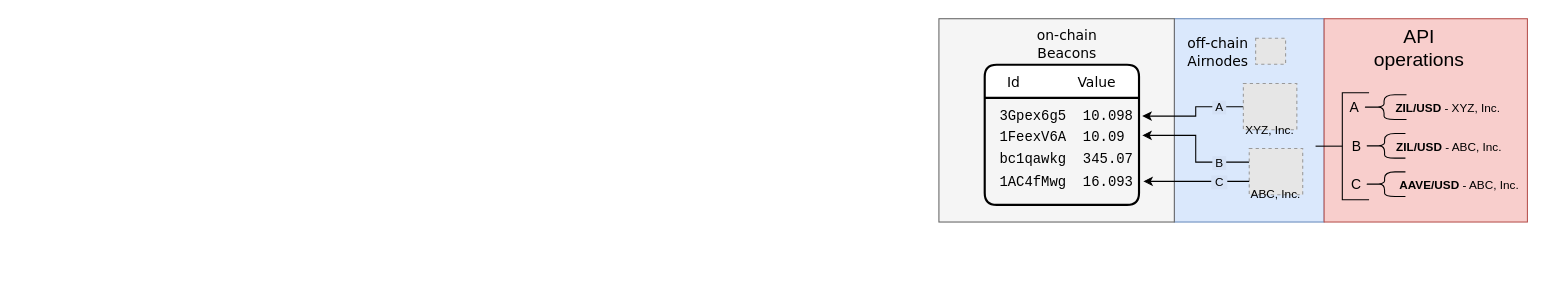
Above: docs/reference/dapis/assets/diagrams/beacons-airnode.drawio in api3dao/vitepress-docs (draw.io), before the change. Source tidied: cells renumbered, new cells numbered last; positions are measured from the earlier drawing's top-left corner, leaving out a move shared by most shapes. Both pictures are drawn from the tidied source at 107%, with x=0, y=0 at pixel (938, 18). Pictures stored in the file or linked from it are replaced by grey dashed boxes.
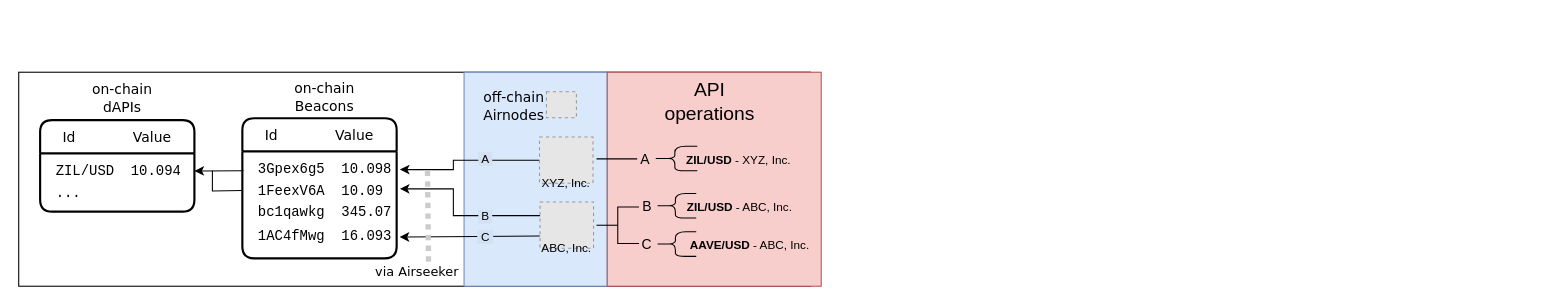
The same page after the edit.

Change to the diagram source:
```diff
@@
-    <mxCell id="2" style="rounded=0;whiteSpace=wrap;html=1;shadow=0;fillColor=#dae8fc;strokeColor=#6c8ebf;" parent="1" vertex="1">
-      <mxGeometry x="220" width="140" height="190" as="geometry" />
-    </mxCell>
-    <mxCell id="3" style="rounded=0;whiteSpace=wrap;html=1;shadow=0;fillColor=#f5f5f5;fontColor=#333333;strokeColor=#666666;" parent="1" vertex="1">
-      <mxGeometry width="220" height="190" as="geometry" />
-    </mxCell>
-    <mxCell id="4" value="Id             Value" style="swimlane;horizontal=1;startSize=31;rounded=1;fontSize=13;fontStyle=0;strokeWidth=2;shadow=0;dashed=0;align=center;arcSize=12;fontFamily=Verdana;" parent="1" vertex="1">
-      <mxGeometry x="42.8" y="43" width="144.2" height="131" as="geometry" />
-    </mxCell>
+    <mxCell id="29" style="rounded=0;whiteSpace=wrap;html=1;hachureGap=4;fontFamily=Architects Daughter;fontSize=20;" parent="1" vertex="1">
+      <mxGeometry x="-860" y="50" width="740" height="200" as="geometry" />
+    </mxCell>
+    <mxCell id="30" style="rounded=0;whiteSpace=wrap;html=1;shadow=0;fillColor=#dae8fc;strokeColor=#6c8ebf;" parent="1" vertex="1">
+      <mxGeometry x="-443.8" y="50" width="133.8" height="200" as="geometry" />
+    </mxCell>
+    <mxCell id="31" value="Id             Value" style="swimlane;horizontal=1;startSize=31;rounded=1;fontSize=13;fontStyle=0;strokeWidth=2;shadow=0;dashed=0;align=center;arcSize=12;fontFamily=Verdana;" parent="1" vertex="1">
+      <mxGeometry x="-651" y="93" width="144.2" height="131" as="geometry" />
+    </mxCell>
+    <mxCell id="32" style="endArrow=classic;html=1;rounded=0;fontSize=18;fontColor=#000000;endSize=6;startSize=6;" parent="31" edge="1">
+      <mxGeometry relative="1" as="geometry">
+        <mxPoint x="1" y="49" as="sourcePoint" />
+        <mxPoint x="-44.8" y="49.3" as="targetPoint" />
+      </mxGeometry>
+    </mxCell>
+    <mxCell id="33" style="endArrow=none;html=1;rounded=0;fontSize=18;fontColor=#000000;endSize=6;startSize=6;exitX=0;exitY=0.5;exitDx=0;exitDy=0;endFill=0;" parent="31" edge="1">
+      <mxGeometry relative="1" as="geometry">
+        <mxPoint y="67.5" as="sourcePoint" />
+        <mxPoint x="-28" y="49" as="targetPoint" />
+        <Array as="points">
+          <mxPoint x="-28" y="68" />
+        </Array>
+      </mxGeometry>
+    </mxCell>
     <mxCell id="5" value="&lt;font face=&quot;Verdana&quot; size=&quot;1&quot;&gt;&lt;span style=&quot;font-size: 13px&quot;&gt;on-chain&lt;br&gt;Beacons&lt;/span&gt;&lt;/font&gt;" style="text;html=1;strokeColor=none;fillColor=none;align=center;verticalAlign=middle;whiteSpace=wrap;rounded=0;fontFamily=Courier New;" parent="1" vertex="1">
-      <mxGeometry x="89.9" y="8.5" width="60" height="30" as="geometry" />
+      <mxGeometry x="-603.9" y="58.5" width="60" height="30" as="geometry" />
     </mxCell>
     <mxCell id="6" value="&lt;span style=&quot;font-size: 13px&quot;&gt;3Gpex6g5&amp;nbsp; 10.098&lt;/span&gt;" style="text;html=1;strokeColor=none;fillColor=none;align=left;verticalAlign=middle;whiteSpace=wrap;rounded=0;fontFamily=Courier New;" parent="1" vertex="1">
-      <mxGeometry x="55.4" y="81" width="129" height="20" as="geometry" />
+      <mxGeometry x="-638.4" y="131" width="129" height="20" as="geometry" />
     </mxCell>
     <mxCell id="7" value="&lt;span style=&quot;font-size: 13px;&quot;&gt;1FeexV6A&amp;nbsp; 10.09&lt;/span&gt;" style="text;html=1;strokeColor=none;fillColor=none;align=left;verticalAlign=middle;whiteSpace=wrap;rounded=0;fontFamily=Courier New;" parent="1" vertex="1">
-      <mxGeometry x="55.4" y="101" width="129" height="20" as="geometry" />
+      <mxGeometry x="-638.4" y="151" width="129" height="20" as="geometry" />
     </mxCell>
     <mxCell id="8" value="&lt;span style=&quot;font-size: 13px;&quot;&gt;bc1qawkg&amp;nbsp; 345.07&lt;/span&gt;" style="text;html=1;strokeColor=none;fillColor=none;align=left;verticalAlign=middle;whiteSpace=wrap;rounded=0;fontFamily=Courier New;" parent="1" vertex="1">
-      <mxGeometry x="55.4" y="121" width="129" height="20" as="geometry" />
+      <mxGeometry x="-638.4" y="171" width="129" height="20" as="geometry" />
     </mxCell>
     <mxCell id="9" value="&lt;span style=&quot;font-size: 13px&quot;&gt;1AC4fMwg&amp;nbsp; 16.093&lt;/span&gt;" style="text;html=1;strokeColor=none;fillColor=none;align=left;verticalAlign=middle;whiteSpace=wrap;rounded=0;fontFamily=Courier New;" parent="1" vertex="1">
-      <mxGeometry x="55.4" y="141" width="129" height="23" as="geometry" />
+      <mxGeometry x="-638.4" y="191" width="129" height="23" as="geometry" />
     </mxCell>
     <mxCell id="10" value="&lt;font face=&quot;Verdana&quot; style=&quot;font-size: 13px&quot;&gt;off-chain Airnodes&lt;/font&gt;" style="text;html=1;strokeColor=none;fillColor=none;align=center;verticalAlign=middle;whiteSpace=wrap;rounded=0;shadow=1;fontSize=14;" parent="1" vertex="1">
-      <mxGeometry x="211" y="15.5" width="100" height="30" as="geometry" />
+      <mxGeometry x="-446.8" y="65.5" width="100" height="30" as="geometry" />
     </mxCell>
-    <mxCell id="11" style="fillColor=#E6E6E6;strokeColor=#999999;dashed=1;verticalLabelPosition=bottom;labelBackgroundColor=#ffffff;verticalAlign=top;" parent="1" vertex="1">
-      <mxGeometry x="296" y="18.3" width="28" height="24.2" as="geometry" />
-    </mxCell>
-    <mxCell id="12" style="edgeStyle=orthogonalEdgeStyle;rounded=0;jettySize=auto;html=1;fontSize=11;fontColor=#000000;" parent="1" edge="1" source="14">
-      <mxGeometry relative="1" as="geometry">
-        <mxPoint x="190" y="91" as="targetPoint" />
-        <Array as="points">
-          <mxPoint x="240" y="82" />
-          <mxPoint x="240" y="91" />
-        </Array>
-      </mxGeometry>
-    </mxCell>
+    <mxCell id="34" style="fillColor=#E6E6E6;strokeColor=#999999;dashed=1;verticalLabelPosition=bottom;labelBackgroundColor=#ffffff;verticalAlign=top;" parent="1" vertex="1">
+      <mxGeometry x="-366.8" y="68.3" width="28" height="24.2" as="geometry" />
+    </mxCell>
+    <mxCell id="35" style="edgeStyle=orthogonalEdgeStyle;rounded=0;jettySize=auto;html=1;fontSize=11;fontColor=#000000;" parent="1" edge="1" source="14">
+      <mxGeometry relative="1" as="geometry">
+        <mxPoint x="-503.8" y="141" as="targetPoint" />
+        <Array as="points">
+          <mxPoint x="-453.8" y="132" />
+          <mxPoint x="-453.8" y="141" />
+        </Array>
+      </mxGeometry>
+    </mxCell>
-    <mxCell id="13" value="&amp;nbsp;A&amp;nbsp;" style="edgeLabel;html=1;align=center;verticalAlign=middle;fontSize=11;fontColor=#000000;labelBackgroundColor=#D4E1F5;" parent="12" vertex="1">
+    <mxCell id="13" value="&amp;nbsp;A&amp;nbsp;" style="edgeLabel;html=1;align=center;verticalAlign=middle;fontSize=11;fontColor=#000000;labelBackgroundColor=#D4E1F5;" parent="35" vertex="1">
       <mxGeometry x="0.03" y="1" relative="1" as="geometry">
-        <mxPoint x="21" y="-10" as="offset" />
+        <mxPoint x="21" y="-3" as="offset" />
       </mxGeometry>
     </mxCell>
     <mxCell id="14" value="XYZ, Inc." style="fillColor=#E6E6E6;strokeColor=#999999;dashed=1;verticalLabelPosition=bottom;labelBackgroundColor=none;verticalAlign=top;fontColor=default;spacing=-11;fontSize=11;" parent="1" vertex="1">
-      <mxGeometry x="284.5" y="60.6" width="50" height="43.2" as="geometry" />
+      <mxGeometry x="-373.3" y="110.6" width="50" height="43.2" as="geometry" />
     </mxCell>
-    <mxCell id="15" style="edgeStyle=orthogonalEdgeStyle;rounded=0;jettySize=auto;html=1;fontSize=11;fontColor=#000000;" parent="1" edge="1" source="17">
-      <mxGeometry relative="1" as="geometry">
-        <mxPoint x="190" y="109" as="targetPoint" />
-        <Array as="points">
-          <mxPoint x="240" y="134" />
-          <mxPoint x="240" y="109" />
-        </Array>
-      </mxGeometry>
-    </mxCell>
+    <mxCell id="36" style="edgeStyle=orthogonalEdgeStyle;rounded=0;jettySize=auto;html=1;fontSize=11;fontColor=#000000;" parent="1" edge="1" source="17">
+      <mxGeometry relative="1" as="geometry">
+        <mxPoint x="-503.8" y="159" as="targetPoint" />
+        <Array as="points">
+          <mxPoint x="-453.8" y="184" />
+          <mxPoint x="-453.8" y="159" />
+        </Array>
+      </mxGeometry>
+    </mxCell>
-    <mxCell id="16" value="&amp;nbsp;B&amp;nbsp;" style="edgeLabel;html=1;align=center;verticalAlign=middle;fontSize=11;fontColor=#000000;labelBackgroundColor=#D4E1F5;" parent="15" vertex="1">
+    <mxCell id="16" value="&amp;nbsp;B&amp;nbsp;" style="edgeLabel;html=1;align=center;verticalAlign=middle;fontSize=11;fontColor=#000000;labelBackgroundColor=#D4E1F5;" parent="36" vertex="1">
       <mxGeometry x="0.23" y="1" relative="1" as="geometry">
-        <mxPoint x="23" y="24" as="offset" />
+        <mxPoint x="30" y="15" as="offset" />
       </mxGeometry>
     </mxCell>
     <mxCell id="17" value="ABC, Inc." style="fillColor=#E6E6E6;strokeColor=#999999;dashed=1;verticalLabelPosition=bottom;labelBackgroundColor=none;verticalAlign=top;fontColor=default;spacing=-11;fontSize=11;" parent="1" vertex="1">
-      <mxGeometry x="290" y="121.3" width="50" height="43.2" as="geometry" />
+      <mxGeometry x="-372.8" y="171.3" width="50" height="43.2" as="geometry" />
     </mxCell>
-    <mxCell id="18" style="whiteSpace=wrap;html=1;labelBackgroundColor=none;fontSize=11;fillColor=#f8cecc;strokeColor=#b85450;" parent="1" vertex="1">
-      <mxGeometry x="360" width="190" height="190" as="geometry" />
-    </mxCell>
+    <mxCell id="37" style="whiteSpace=wrap;html=1;labelBackgroundColor=none;fontSize=11;fillColor=#f8cecc;strokeColor=#b85450;" parent="1" vertex="1">
+      <mxGeometry x="-310" y="50" width="200" height="200" as="geometry" />
+    </mxCell>
     <mxCell id="19" value="&lt;font style=&quot;font-size: 18px;&quot;&gt;API&lt;br&gt;operations&lt;br&gt;&lt;/font&gt;" style="text;html=1;strokeColor=none;fillColor=none;align=center;verticalAlign=middle;whiteSpace=wrap;rounded=0;fontSize=11;fontColor=default;" parent="1" vertex="1">
-      <mxGeometry x="419" y="13" width="60" height="30" as="geometry" />
+      <mxGeometry x="-243.8" y="63" width="60" height="30" as="geometry" />
     </mxCell>
     <mxCell id="20" value="B" style="shape=curlyBracket;whiteSpace=wrap;html=1;rounded=1;labelPosition=left;verticalLabelPosition=middle;align=right;verticalAlign=middle;labelBackgroundColor=none;fontSize=13;fontColor=default;" parent="1" vertex="1">
-      <mxGeometry x="397" y="107.3" width="39" height="23" as="geometry" />
+      <mxGeometry x="-265.8" y="163.3" width="39" height="23" as="geometry" />
     </mxCell>
     <mxCell id="21" value="&lt;font style=&quot;font-size: 11px;&quot;&gt;&lt;b&gt;ZIL/USD&lt;/b&gt; - ABC, Inc.&lt;/font&gt;" style="text;html=1;strokeColor=none;fillColor=none;align=center;verticalAlign=middle;whiteSpace=wrap;rounded=0;fontSize=13;fontColor=default;" parent="1" vertex="1">
-      <mxGeometry x="417" y="103.8" width="120" height="30" as="geometry" />
+      <mxGeometry x="-245.8" y="159.8" width="120" height="30" as="geometry" />
     </mxCell>
     <mxCell id="22" value="A" style="shape=curlyBracket;whiteSpace=wrap;html=1;rounded=1;labelPosition=left;verticalLabelPosition=middle;align=right;verticalAlign=middle;labelBackgroundColor=none;fontSize=13;fontColor=default;" parent="1" vertex="1">
-      <mxGeometry x="395" y="71.1" width="42" height="23" as="geometry" />
+      <mxGeometry x="-267.8" y="119.1" width="42" height="23" as="geometry" />
     </mxCell>
     <mxCell id="23" value="&lt;font style=&quot;font-size: 11px;&quot;&gt;&lt;b&gt;ZIL/USD&lt;/b&gt; - XYZ, Inc.&lt;/font&gt;" style="text;html=1;strokeColor=none;fillColor=none;align=center;verticalAlign=middle;whiteSpace=wrap;rounded=0;fontSize=13;fontColor=default;" parent="1" vertex="1">
-      <mxGeometry x="425" y="67.6" width="102" height="30" as="geometry" />
+      <mxGeometry x="-237.8" y="115.6" width="102" height="30" as="geometry" />
     </mxCell>
     <mxCell id="24" value="C" style="shape=curlyBracket;whiteSpace=wrap;html=1;rounded=1;labelPosition=left;verticalLabelPosition=middle;align=right;verticalAlign=middle;labelBackgroundColor=none;fontSize=13;fontColor=default;" parent="1" vertex="1">
-      <mxGeometry x="397" y="143.1" width="39" height="23" as="geometry" />
+      <mxGeometry x="-265.8" y="199.1" width="39" height="23" as="geometry" />
     </mxCell>
     <mxCell id="25" value="&lt;font style=&quot;font-size: 11px;&quot;&gt;&lt;b&gt;AAVE/USD&lt;/b&gt; - ABC, Inc.&lt;/font&gt;" style="text;html=1;strokeColor=none;fillColor=none;align=center;verticalAlign=middle;whiteSpace=wrap;rounded=0;fontSize=13;fontColor=default;" parent="1" vertex="1">
-      <mxGeometry x="416" y="139.6" width="141" height="30" as="geometry" />
+      <mxGeometry x="-246.8" y="195.6" width="141" height="30" as="geometry" />
     </mxCell>
-    <mxCell id="26" style="endArrow=classic;html=1;rounded=0;fontSize=18;fontColor=#000000;endSize=6;startSize=6;" parent="1" edge="1">
-      <mxGeometry relative="1" as="geometry">
-        <mxPoint x="290" y="152" as="sourcePoint" />
-        <mxPoint x="191" y="152" as="targetPoint" />
-      </mxGeometry>
-    </mxCell>
+    <mxCell id="38" style="endArrow=classic;html=1;rounded=0;fontSize=18;fontColor=#000000;endSize=6;startSize=6;strokeWidth=1;" parent="1" edge="1">
+      <mxGeometry relative="1" as="geometry">
+        <mxPoint x="-373" y="203" as="sourcePoint" />
+        <mxPoint x="-504" y="204.1" as="targetPoint" />
+      </mxGeometry>
+    </mxCell>
-    <mxCell id="27" value="&amp;nbsp;C&amp;nbsp;" style="edgeLabel;html=1;align=center;verticalAlign=middle;fontSize=11;fontColor=#000000;labelBackgroundColor=#D4E1F5;" parent="26" vertex="1">
+    <mxCell id="27" value="&amp;nbsp;C&amp;nbsp;" style="edgeLabel;html=1;align=center;verticalAlign=middle;fontSize=11;fontColor=#000000;labelBackgroundColor=#D4E1F5;" parent="38" vertex="1">
       <mxGeometry x="-0.07" y="-3" relative="1" as="geometry">
-        <mxPoint x="17" y="3" as="offset" />
+        <mxPoint x="10" y="3" as="offset" />
       </mxGeometry>
     </mxCell>
-    <mxCell id="28" style="strokeWidth=1;html=1;shape=mxgraph.flowchart.annotation_2;align=left;labelPosition=right;labelBackgroundColor=#D4E1F5;fontSize=11;fontColor=#000000;" parent="1" vertex="1">
-      <mxGeometry x="352" y="69.1" width="50" height="100" as="geometry" />
-    </mxCell>
+    <mxCell id="39" value="Id             Value" style="swimlane;horizontal=1;startSize=31;rounded=1;fontSize=13;fontStyle=0;strokeWidth=2;shadow=0;dashed=0;align=center;arcSize=12;fontFamily=Verdana;" parent="1" vertex="1">
+      <mxGeometry x="-840" y="94.8" width="144.2" height="85.5" as="geometry" />
+    </mxCell>
+    <mxCell id="40" value="&lt;font face=&quot;Verdana&quot; size=&quot;1&quot;&gt;&lt;span style=&quot;font-size: 13px&quot;&gt;on-chain&lt;br&gt;dAPIs&lt;br&gt;&lt;/span&gt;&lt;/font&gt;" style="text;html=1;strokeColor=none;fillColor=none;align=center;verticalAlign=middle;whiteSpace=wrap;rounded=0;fontFamily=Courier New;" parent="1" vertex="1">
+      <mxGeometry x="-792.9" y="60.3" width="60" height="30" as="geometry" />
+    </mxCell>
+    <mxCell id="41" value="&lt;span style=&quot;font-size: 13px&quot;&gt;ZIL/USD&amp;nbsp; 10.094&lt;/span&gt;" style="text;html=1;strokeColor=none;fillColor=none;align=left;verticalAlign=middle;whiteSpace=wrap;rounded=0;fontFamily=Courier New;" parent="1" vertex="1">
+      <mxGeometry x="-827.4" y="132.8" width="129" height="20" as="geometry" />
+    </mxCell>
+    <mxCell id="42" value="&lt;span style=&quot;font-size: 13px;&quot;&gt;...&lt;/span&gt;" style="text;html=1;strokeColor=none;fillColor=none;align=left;verticalAlign=middle;whiteSpace=wrap;rounded=0;fontFamily=Courier New;" parent="1" vertex="1">
+      <mxGeometry x="-827.4" y="152.8" width="129" height="20" as="geometry" />
+    </mxCell>
+    <mxCell id="43" value="&lt;font face=&quot;Verdana&quot; style=&quot;font-size: 12px;&quot;&gt;via Airseeker&lt;/font&gt;" style="text;html=1;strokeColor=none;fillColor=none;align=center;verticalAlign=middle;whiteSpace=wrap;rounded=0;fontSize=20;fontFamily=Architects Daughter;rotation=0;" parent="1" vertex="1">
+      <mxGeometry x="-555.4" y="218.5" width="135" height="30" as="geometry" />
+    </mxCell>
+    <mxCell id="44" style="endArrow=none;html=1;rounded=0;fontSize=18;fontColor=#000000;endSize=6;startSize=6;endFill=0;strokeWidth=5;strokeColor=#CCCCCC;dashed=1;dashPattern=1 1;" parent="1" edge="1">
+      <mxGeometry relative="1" as="geometry">
+        <mxPoint x="-477" y="227" as="sourcePoint" />
+        <mxPoint x="-478" y="140" as="targetPoint" />
+      </mxGeometry>
+    </mxCell>
+    <mxCell id="45" style="strokeWidth=1;html=1;shape=mxgraph.flowchart.annotation_2;align=left;labelPosition=right;labelBackgroundColor=#D4E1F5;fontSize=11;fontColor=#000000;" parent="1" vertex="1">
+      <mxGeometry x="-320" y="176" width="39.7" height="34" as="geometry" />
+    </mxCell>
+    <mxCell id="46" style="endArrow=none;html=1;rounded=0;fontSize=18;fontColor=#000000;endSize=6;startSize=6;endFill=0;" parent="1" edge="1">
+      <mxGeometry relative="1" as="geometry">
+        <mxPoint x="-282" y="131" as="sourcePoint" />
+        <mxPoint x="-320" y="131" as="targetPoint" />
+      </mxGeometry>
+    </mxCell>
```
